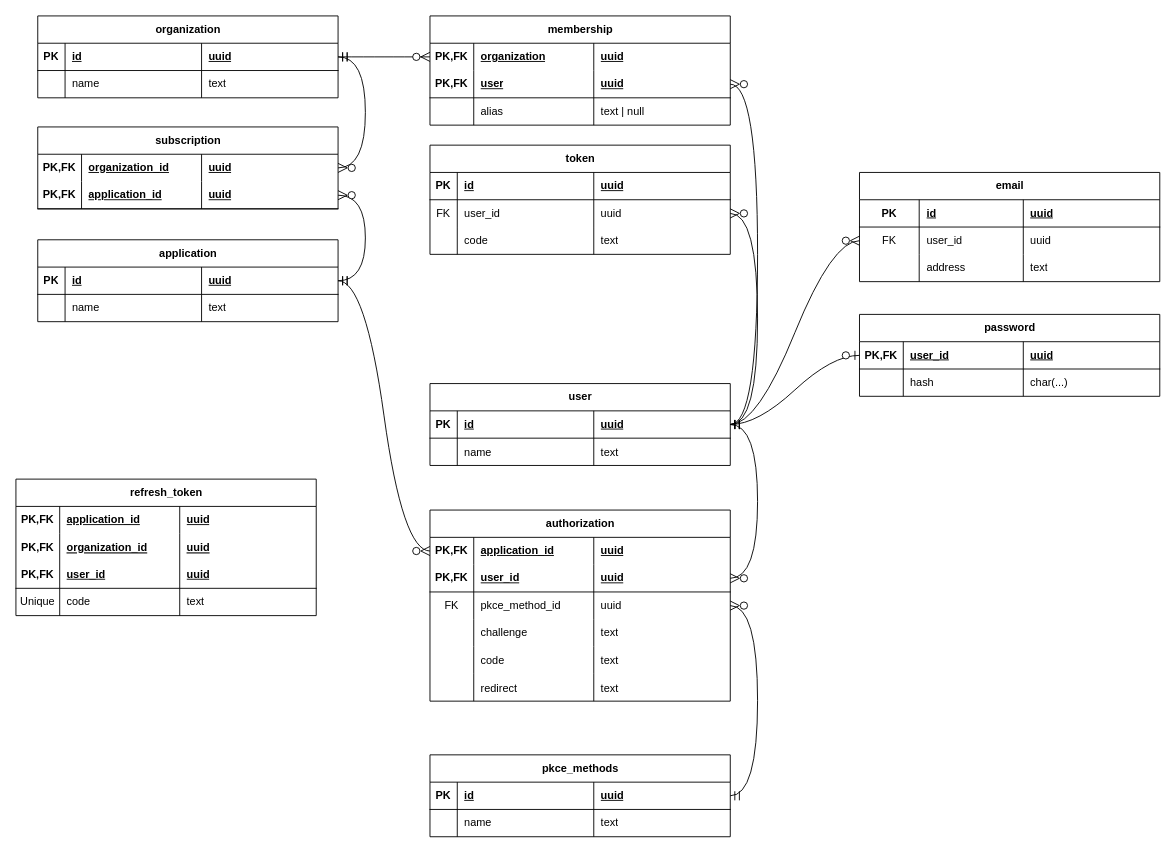
EliasEriksson/authentic keeps this draw.io diagram as page "Schema" (1 of 2) of database.drawio. Above is the earlier version. Source tidied: cells renumbered, new cells numbered last; positions are measured from the earlier drawing's top-left corner, leaving out a move shared by most shapes. Both pictures are drawn from the tidied source at 91%, with x=0, y=0 at pixel (15, 15).
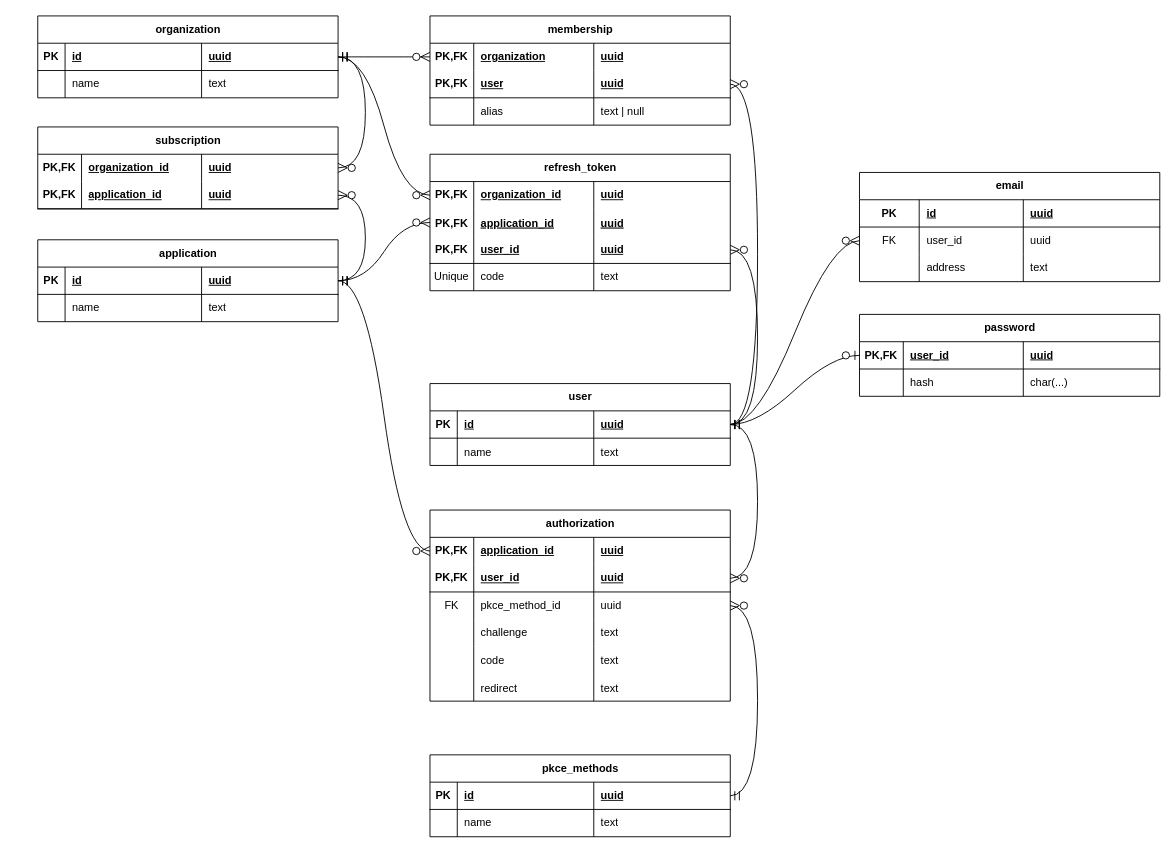
The same page after the edit.

Unchanged cells that the change refers to:
```xml
<mxCell id="3" value="user" style="shape=table;startSize=30;childLayout=tableLayout;rowLines=0;fontStyle=1;align=center;html=1;" parent="1" vertex="1">
  <mxGeometry x="455" y="404" width="330" height="90" as="geometry" />
</mxCell>
<mxCell id="4" style="shape=tableRow;horizontal=0;startSize=0;swimlaneHead=0;swimlaneBody=0;fillColor=none;points=[[0,0.5],[1,0.5]];portConstraint=eastwest;top=0;left=0;right=0;bottom=1;" parent="3" vertex="1">
  <mxGeometry y="30" width="330" height="30" as="geometry" />
</mxCell>
<mxCell id="27" style="shape=tableRow;horizontal=0;startSize=0;swimlaneHead=0;swimlaneBody=0;fillColor=none;points=[[0,0.5],[1,0.5]];portConstraint=eastwest;top=0;left=0;right=0;bottom=1;" parent="26" vertex="1">
  <mxGeometry y="30" width="330" height="30" as="geometry" />
</mxCell>
<mxCell id="49" style="shape=tableRow;horizontal=0;startSize=0;swimlaneHead=0;swimlaneBody=0;fillColor=none;points=[[0,0.5],[1,0.5]];portConstraint=eastwest;top=0;left=0;right=0;bottom=1;" parent="48" vertex="1">
  <mxGeometry y="30" width="330" height="30" as="geometry" />
</mxCell>
<mxCell id="131" style="shape=tableRow;horizontal=0;startSize=0;swimlaneHead=0;swimlaneBody=0;fillColor=none;points=[[0,0.5],[1,0.5]];portConstraint=eastwest;top=0;left=0;right=0;bottom=0;fontFamily=Helvetica;fontSize=12;fontColor=default;labelBackgroundColor=default;" parent="130" vertex="1">
  <mxGeometry y="30" width="330" height="30" as="geometry" />
</mxCell>
<mxCell id="135" style="shape=tableRow;horizontal=0;startSize=0;swimlaneHead=0;swimlaneBody=0;fillColor=none;points=[[0,0.5],[1,0.5]];portConstraint=eastwest;top=0;left=0;right=0;bottom=0;fontFamily=Helvetica;fontSize=12;fontColor=default;labelBackgroundColor=default;" parent="130" vertex="1">
  <mxGeometry y="60" width="330" height="30" as="geometry" />
</mxCell>
<mxCell id="139" style="shape=tableRow;horizontal=0;startSize=0;swimlaneHead=0;swimlaneBody=0;fillColor=none;points=[[0,0.5],[1,0.5]];portConstraint=eastwest;top=0;left=0;right=0;bottom=1;" parent="130" vertex="1">
  <mxGeometry y="90" width="330" height="30" as="geometry" />
</mxCell>
```

Change to the diagram source:
```diff
@@
+    <mxCell id="147" style="edgeStyle=entityRelationEdgeStyle;shape=connector;curved=1;rounded=0;jettySize=auto;html=1;strokeColor=default;align=center;verticalAlign=middle;fontFamily=Helvetica;fontSize=12;fontColor=default;labelBackgroundColor=default;startArrow=ERmandOne;startSize=8;endArrow=ERzeroToMany;endSize=8;" parent="1" edge="1" source="3" target="139">
+      <mxGeometry relative="1" as="geometry" />
+    </mxCell>
@@
-    <mxCell id="106" value="token" style="shape=table;startSize=30;childLayout=tableLayout;rowLines=0;fontStyle=1;align=center;html=1;" parent="1" vertex="1">
-      <mxGeometry x="455" y="142" width="330" height="120" as="geometry" />
-    </mxCell>
-    <mxCell id="107" style="shape=tableRow;horizontal=0;startSize=0;swimlaneHead=0;swimlaneBody=0;fillColor=none;top=0;left=0;right=0;bottom=1;" parent="106" vertex="1">
-      <mxGeometry y="30" width="330" height="30" as="geometry" />
-    </mxCell>
-    <mxCell id="108" value="PK" style="shape=partialRectangle;fillColor=none;top=0;left=0;bottom=0;right=0;fontStyle=1;overflow=hidden;whiteSpace=wrap;html=1;" parent="107" vertex="1">
-      <mxGeometry width="30" height="30" as="geometry" />
-    </mxCell>
-    <mxCell id="109" value="id" style="shape=partialRectangle;fillColor=none;top=0;left=0;bottom=0;right=0;align=left;spacingLeft=6;fontStyle=5;overflow=hidden;whiteSpace=wrap;html=1;" parent="107" vertex="1">
-      <mxGeometry x="30" width="150" height="30" as="geometry" />
-    </mxCell>
-    <mxCell id="110" value="uuid" style="shape=partialRectangle;fillColor=none;top=0;left=0;bottom=0;right=0;align=left;spacingLeft=6;fontStyle=5;overflow=hidden;whiteSpace=wrap;html=1;" parent="107" vertex="1">
-      <mxGeometry x="180" width="150" height="30" as="geometry" />
-    </mxCell>
-    <mxCell id="111" style="shape=tableRow;horizontal=0;startSize=0;swimlaneHead=0;swimlaneBody=0;fillColor=none;points=[[0,0.5],[1,0.5]];portConstraint=eastwest;top=0;left=0;right=0;bottom=0;fontFamily=Helvetica;fontSize=12;fontColor=default;labelBackgroundColor=default;" parent="106" vertex="1">
-      <mxGeometry y="60" width="330" height="30" as="geometry" />
-    </mxCell>
-    <mxCell id="112" value="FK" style="shape=partialRectangle;fillColor=none;top=0;left=0;bottom=0;right=0;overflow=hidden;fontFamily=Helvetica;fontSize=12;fontColor=default;labelBackgroundColor=default;" parent="111" vertex="1">
-      <mxGeometry width="30" height="30" as="geometry" />
-    </mxCell>
-    <mxCell id="113" value="user_id" style="shape=partialRectangle;fillColor=none;top=0;left=0;bottom=0;right=0;align=left;spacingLeft=6;overflow=hidden;fontFamily=Helvetica;fontSize=12;fontColor=default;labelBackgroundColor=default;" parent="111" vertex="1">
-      <mxGeometry x="30" width="150" height="30" as="geometry" />
-    </mxCell>
-    <mxCell id="114" value="uuid" style="shape=partialRectangle;fillColor=none;top=0;left=0;bottom=0;right=0;align=left;spacingLeft=6;overflow=hidden;fontFamily=Helvetica;fontSize=12;fontColor=default;labelBackgroundColor=default;" parent="111" vertex="1">
-      <mxGeometry x="180" width="150" height="30" as="geometry" />
-    </mxCell>
-    <mxCell id="115" style="shape=tableRow;horizontal=0;startSize=0;swimlaneHead=0;swimlaneBody=0;fillColor=none;top=0;left=0;right=0;bottom=0;" parent="106" vertex="1">
-      <mxGeometry y="90" width="330" height="30" as="geometry" />
-    </mxCell>
-    <mxCell id="116" style="shape=partialRectangle;fillColor=none;top=0;left=0;bottom=0;right=0;overflow=hidden;whiteSpace=wrap;html=1;" parent="115" vertex="1">
-      <mxGeometry width="30" height="30" as="geometry" />
-    </mxCell>
-    <mxCell id="117" value="code" style="shape=partialRectangle;fillColor=none;top=0;left=0;bottom=0;right=0;align=left;spacingLeft=6;overflow=hidden;whiteSpace=wrap;html=1;" parent="115" vertex="1">
-      <mxGeometry x="30" width="150" height="30" as="geometry" />
-    </mxCell>
-    <mxCell id="118" value="text" style="shape=partialRectangle;fillColor=none;top=0;left=0;bottom=0;right=0;align=left;spacingLeft=6;overflow=hidden;whiteSpace=wrap;html=1;" parent="115" vertex="1">
-      <mxGeometry x="180" width="150" height="30" as="geometry" />
-    </mxCell>
-    <mxCell id="119" style="edgeStyle=entityRelationEdgeStyle;shape=connector;curved=1;rounded=0;jettySize=auto;html=1;strokeColor=default;align=center;verticalAlign=middle;fontFamily=Helvetica;fontSize=12;fontColor=default;labelBackgroundColor=default;startArrow=ERmandOne;startSize=8;endArrow=ERzeroToMany;endSize=8;" parent="1" edge="1" source="4" target="111">
-      <mxGeometry relative="1" as="geometry" />
-    </mxCell>
@@
     <mxCell id="130" value="refresh_token" style="shape=table;startSize=30;childLayout=tableLayout;rowLines=0;fontStyle=1;align=center;html=1;" parent="1" vertex="1">
-      <mxGeometry y="509" width="330" height="150" as="geometry" />
+      <mxGeometry x="455" y="152" width="330" height="150" as="geometry" />
     </mxCell>
@@
-    <mxCell id="133" value="&lt;b&gt;&lt;u&gt;application_id&lt;/u&gt;&lt;/b&gt;" style="shape=partialRectangle;fillColor=none;top=0;left=0;bottom=0;right=0;align=left;spacingLeft=6;fontStyle=0;overflow=hidden;whiteSpace=wrap;html=1;fontFamily=Helvetica;fontSize=12;fontColor=default;labelBackgroundColor=default;" parent="131" vertex="1">
+    <mxCell id="133" value="&lt;b&gt;&lt;u&gt;organization_id&lt;/u&gt;&lt;/b&gt;" style="shape=partialRectangle;fillColor=none;top=0;left=0;bottom=0;right=0;align=left;spacingLeft=6;fontStyle=0;overflow=hidden;whiteSpace=wrap;html=1;fontFamily=Helvetica;fontSize=12;fontColor=default;labelBackgroundColor=default;" parent="131" vertex="1">
       <mxGeometry x="48.1" width="131.9" height="30" as="geometry" />
     </mxCell>
@@
-    <mxCell id="137" value="organization_id" style="shape=partialRectangle;fillColor=none;top=0;left=0;bottom=0;right=0;align=left;spacingLeft=6;overflow=hidden;fontFamily=Helvetica;fontSize=12;fontColor=default;labelBackgroundColor=default;fontStyle=5;" parent="135" vertex="1">
+    <mxCell id="137" value="application_id" style="shape=partialRectangle;fillColor=none;top=0;left=0;bottom=0;right=0;align=left;spacingLeft=6;overflow=hidden;fontFamily=Helvetica;fontSize=12;fontColor=default;labelBackgroundColor=default;fontStyle=5;" parent="135" vertex="1">
       <mxGeometry x="48.1" width="131.9" height="30" as="geometry" />
     </mxCell>
@@
+    <mxCell id="148" style="edgeStyle=entityRelationEdgeStyle;shape=connector;curved=1;rounded=0;jettySize=auto;html=1;strokeColor=default;align=center;verticalAlign=middle;fontFamily=Helvetica;fontSize=12;fontColor=default;labelBackgroundColor=default;startArrow=ERmandOne;startSize=8;endArrow=ERzeroToMany;endSize=8;" parent="1" edge="1" source="27" target="131">
+      <mxGeometry relative="1" as="geometry" />
+    </mxCell>
+    <mxCell id="149" style="edgeStyle=entityRelationEdgeStyle;shape=connector;curved=1;rounded=0;jettySize=auto;html=1;strokeColor=default;align=center;verticalAlign=middle;fontFamily=Helvetica;fontSize=12;fontColor=default;labelBackgroundColor=default;startArrow=ERmandOne;startSize=8;endArrow=ERzeroToMany;endSize=8;" parent="1" edge="1" source="49" target="135">
+      <mxGeometry relative="1" as="geometry" />
+    </mxCell>
```
